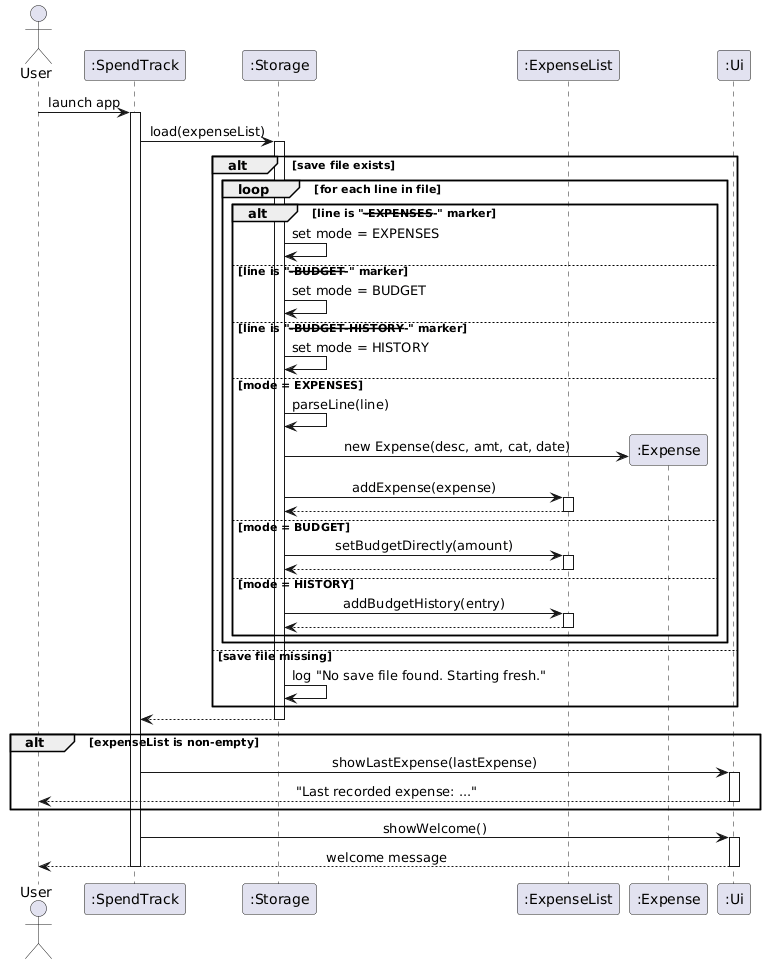
This is docs/images/StorageLoadSequence.png from AbhijitBalajee/tp, a PlantUML export, as it was before one commit.
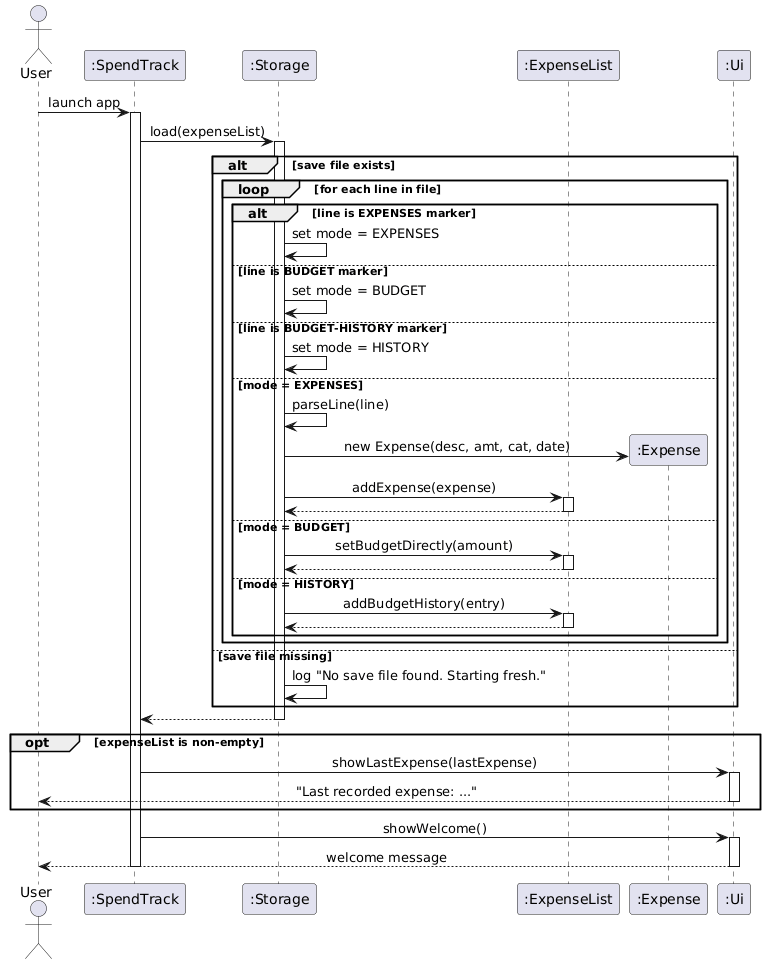
After the change.

The edit, as a diff of the source:
```diff
@@ -18,11 +18,11 @@
 
 alt save file exists
     loop for each line in file
-        alt line is "---EXPENSES---" marker
+        alt line is EXPENSES marker
             S -> S : set mode = EXPENSES
-        else line is "---BUDGET---" marker
+        else line is BUDGET marker
             S -> S : set mode = BUDGET
-        else line is "---BUDGET-HISTORY---" marker
+        else line is BUDGET-HISTORY marker
             S -> S : set mode = HISTORY
         else mode = EXPENSES
             S -> S : parseLine(line)
@@ -50,7 +50,7 @@
 S --> ST
 deactivate S
 
-alt expenseList is non-empty
+opt expenseList is non-empty
     ST -> UI : showLastExpense(lastExpense)
     activate UI
     UI --> User : "Last recorded expense: ..."
```
